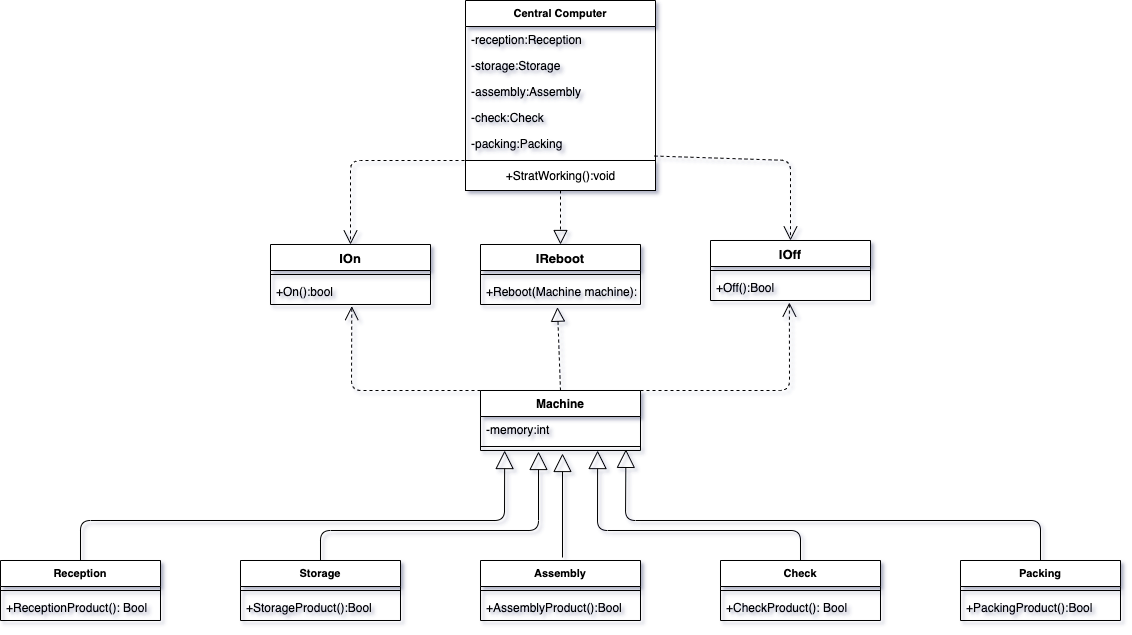
Above: Lab4/Parte1.png in ICC3101-202010/laboratorio-04-felipecueto (draw.io), before the change. Source tidied: cells renumbered, new cells last; positions are measured from the earlier drawing's top-left corner, leaving out a move shared by most shapes.
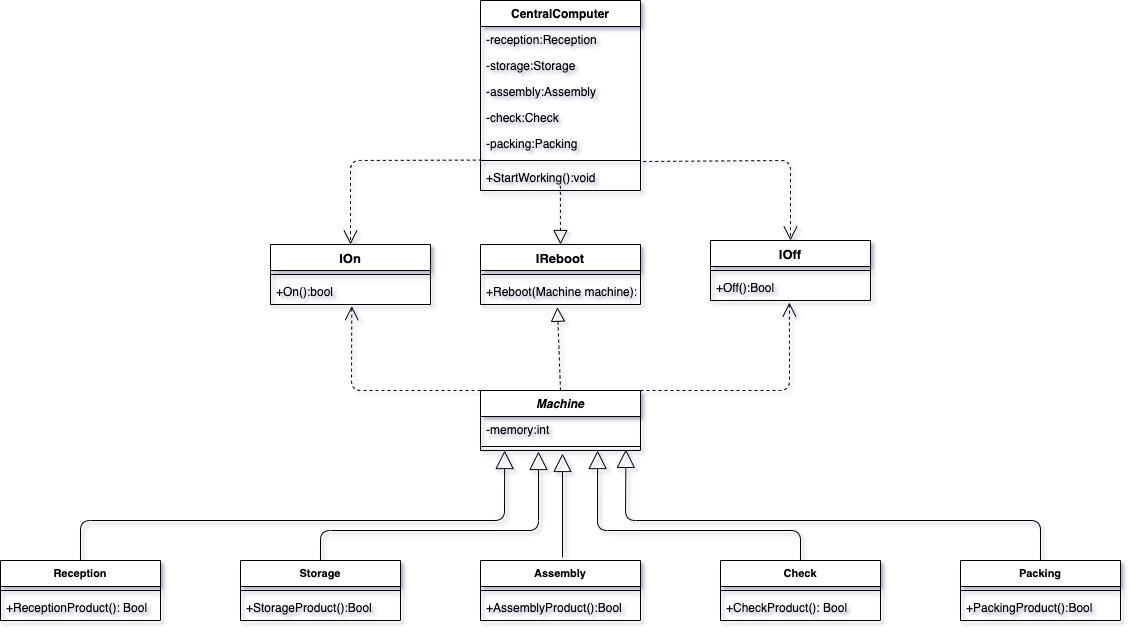
The same diagram one commit later.

The edit, as a diff of the source:
```diff
@@ -90,7 +90,7 @@
         </Array>
       </mxGeometry>
     </mxCell>
-    <mxCell id="22" value="Machine" style="swimlane;fontStyle=1;align=center;verticalAlign=top;horizontal=1;startSize=26;" parent="1" vertex="1">
+    <mxCell id="22" value="Machine" style="swimlane;fontStyle=3;align=center;verticalAlign=top;horizontal=1;startSize=26;" parent="1" vertex="1">
       <mxGeometry x="480" y="390" width="160" height="60" as="geometry" />
     </mxCell>
     <mxCell id="23" value="-memory:int&#10;" style="text;strokeColor=none;fillColor=none;align=left;verticalAlign=top;spacingLeft=4;spacingRight=4;overflow=hidden;" parent="22" vertex="1">
@@ -144,47 +144,50 @@
     <mxCell id="36" style="endArrow=block;dashed=1;endFill=0;endSize=12;html=1;exitX=0.5;exitY=0;exitDx=0;exitDy=0;entryX=0.481;entryY=1.104;entryDx=0;entryDy=0;entryPerimeter=0;" parent="1" edge="1" source="22" target="30">
       <mxGeometry relative="1" as="geometry" />
     </mxCell>
-    <mxCell id="37" style="endArrow=open;endSize=12;dashed=1;html=1;entryX=0.5;entryY=0;entryDx=0;entryDy=0;" parent="1" edge="1" target="25">
+    <mxCell id="37" style="endArrow=open;endSize=12;dashed=1;html=1;entryX=0.5;entryY=0;entryDx=0;entryDy=0;exitX=0.008;exitY=-0.016;exitDx=0;exitDy=0;exitPerimeter=0;" parent="1" edge="1" target="25">
       <mxGeometry relative="1" as="geometry">
-        <mxPoint x="464" y="160" as="sourcePoint" />
+        <mxPoint x="481.3" y="159.6" as="sourcePoint" />
         <Array as="points">
           <mxPoint x="350" y="160" />
         </Array>
       </mxGeometry>
     </mxCell>
-    <mxCell id="38" style="endArrow=block;dashed=1;endFill=0;endSize=12;html=1;entryX=0.5;entryY=0;entryDx=0;entryDy=0;" parent="1" edge="1" source="47" target="28">
-      <mxGeometry relative="1" as="geometry" />
+    <mxCell id="38" style="endArrow=block;dashed=1;endFill=0;endSize=12;html=1;entryX=0.5;entryY=0;entryDx=0;entryDy=0;exitX=0.499;exitY=0.973;exitDx=0;exitDy=0;exitPerimeter=0;" parent="1" edge="1" target="28">
+      <mxGeometry relative="1" as="geometry">
+        <mxPoint x="559.8" y="185.3" as="sourcePoint" />
+      </mxGeometry>
     </mxCell>
-    <mxCell id="39" style="endArrow=open;endSize=12;dashed=1;html=1;entryX=0.5;entryY=0;entryDx=0;entryDy=0;exitX=0.995;exitY=-0.018;exitDx=0;exitDy=0;exitPerimeter=0;" parent="1" edge="1" source="46" target="31">
+    <mxCell id="39" style="endArrow=open;endSize=12;dashed=1;html=1;entryX=0.5;entryY=0;entryDx=0;entryDy=0;exitX=1.017;exitY=0.038;exitDx=0;exitDy=0;exitPerimeter=0;" parent="1" edge="1" target="31">
       <mxGeometry relative="1" as="geometry">
+        <mxPoint x="642.7" y="161" as="sourcePoint" />
         <Array as="points">
           <mxPoint x="790" y="160" />
         </Array>
       </mxGeometry>
     </mxCell>
-    <mxCell id="40" value="Central Computer" style="swimlane;fontStyle=1;align=center;verticalAlign=top;horizontal=1;startSize=26;fontSize=11;" parent="1" vertex="1">
-      <mxGeometry x="465" width="190" height="182" as="geometry" />
-    </mxCell>
+    <mxCell id="48" value="CentralComputer" style="swimlane;fontStyle=1;align=center;verticalAlign=top;horizontal=1;startSize=26;" parent="1" vertex="1">
+      <mxGeometry x="480" width="160" height="190" as="geometry" />
+    </mxCell>
-    <mxCell id="41" value="-reception:Reception" style="text;strokeColor=none;fillColor=none;align=left;verticalAlign=top;spacingLeft=4;spacingRight=4;overflow=hidden;" parent="40" vertex="1">
-      <mxGeometry y="26" width="190" height="26" as="geometry" />
+    <mxCell id="41" value="-reception:Reception" style="text;strokeColor=none;fillColor=none;align=left;verticalAlign=top;spacingLeft=4;spacingRight=4;overflow=hidden;" parent="48" vertex="1">
+      <mxGeometry y="26" width="160" height="26" as="geometry" />
     </mxCell>
-    <mxCell id="42" value="-storage:Storage" style="text;strokeColor=none;fillColor=none;align=left;verticalAlign=top;spacingLeft=4;spacingRight=4;overflow=hidden;" parent="40" vertex="1">
-      <mxGeometry y="52" width="190" height="26" as="geometry" />
+    <mxCell id="42" value="-storage:Storage" style="text;strokeColor=none;fillColor=none;align=left;verticalAlign=top;spacingLeft=4;spacingRight=4;overflow=hidden;" parent="48" vertex="1">
+      <mxGeometry y="52" width="160" height="26" as="geometry" />
     </mxCell>
-    <mxCell id="43" value="-assembly:Assembly" style="text;strokeColor=none;fillColor=none;align=left;verticalAlign=top;spacingLeft=4;spacingRight=4;overflow=hidden;" parent="40" vertex="1">
-      <mxGeometry y="78" width="190" height="26" as="geometry" />
+    <mxCell id="43" value="-assembly:Assembly" style="text;strokeColor=none;fillColor=none;align=left;verticalAlign=top;spacingLeft=4;spacingRight=4;overflow=hidden;" parent="48" vertex="1">
+      <mxGeometry y="78" width="160" height="26" as="geometry" />
     </mxCell>
-    <mxCell id="44" value="-check:Check" style="text;strokeColor=none;fillColor=none;align=left;verticalAlign=top;spacingLeft=4;spacingRight=4;overflow=hidden;" parent="40" vertex="1">
-      <mxGeometry y="104" width="190" height="26" as="geometry" />
+    <mxCell id="44" value="-check:Check" style="text;strokeColor=none;fillColor=none;align=left;verticalAlign=top;spacingLeft=4;spacingRight=4;overflow=hidden;" parent="48" vertex="1">
+      <mxGeometry y="104" width="160" height="26" as="geometry" />
     </mxCell>
-    <mxCell id="45" value="-packing:Packing" style="text;strokeColor=none;fillColor=none;align=left;verticalAlign=top;spacingLeft=4;spacingRight=4;overflow=hidden;" parent="40" vertex="1">
-      <mxGeometry y="130" width="190" height="26" as="geometry" />
+    <mxCell id="45" value="-packing:Packing" style="text;strokeColor=none;fillColor=none;align=left;verticalAlign=top;spacingLeft=4;spacingRight=4;overflow=hidden;" parent="48" vertex="1">
+      <mxGeometry y="130" width="160" height="26" as="geometry" />
     </mxCell>
-    <mxCell id="46" style="line;strokeWidth=1;fillColor=none;align=left;verticalAlign=middle;spacingTop=-1;spacingLeft=3;spacingRight=3;labelPosition=right;points=[];portConstraint=eastwest;" parent="40" vertex="1">
-      <mxGeometry y="156" width="190" height="26" as="geometry" />
-    </mxCell>
-    <mxCell id="47" value="+StratWorking():void" style="html=1;" parent="1" vertex="1">
-      <mxGeometry x="465" y="160" width="190" height="30" as="geometry" />
-    </mxCell>
+    <mxCell id="49" style="line;strokeWidth=1;fillColor=none;align=left;verticalAlign=middle;spacingTop=-1;spacingLeft=3;spacingRight=3;labelPosition=right;" parent="48" vertex="1">
+      <mxGeometry y="156" width="160" height="8" as="geometry" />
+    </mxCell>
+    <mxCell id="50" value="+StartWorking():void&#10;" style="text;strokeColor=none;fillColor=none;align=left;verticalAlign=top;spacingLeft=4;spacingRight=4;overflow=hidden;" parent="48" vertex="1">
+      <mxGeometry y="164" width="160" height="26" as="geometry" />
+    </mxCell>
   </root>
 </mxGraphModel>
```
